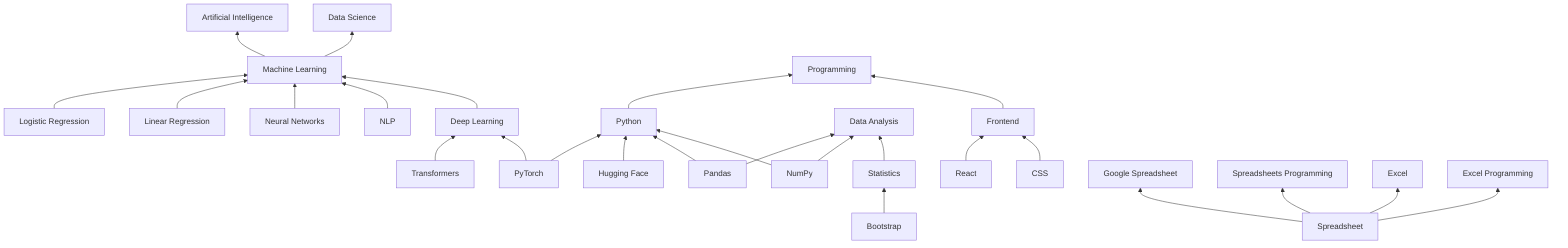
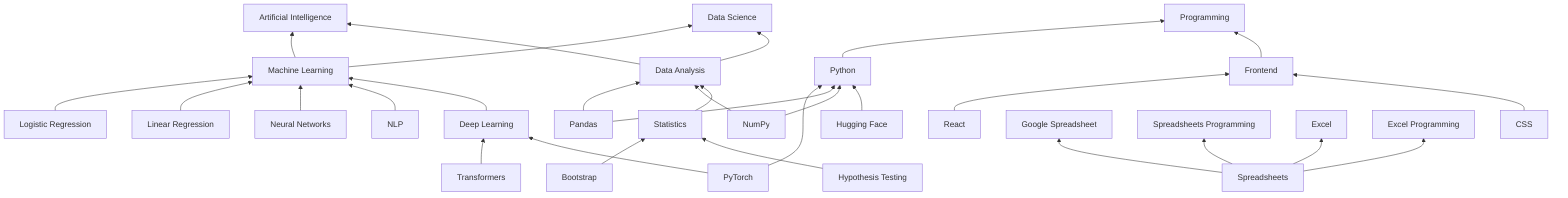
graph BT

    Machine_Learning["Machine Learning"] --> Artificial_Intelligence["Artificial Intelligence"]
    Machine_Learning["Machine Learning"] --> Data_Science["Data Science"]
    Logistic_Regression["Logistic Regression"] --> Machine_Learning["Machine Learning"]
    Linear_Regression["Linear Regression"] --> Machine_Learning["Machine Learning"]
    Neural_Networks["Neural Networks"] --> Machine_Learning["Machine Learning"]
    NLP["NLP"] --> Machine_Learning["Machine Learning"]
    Deep_Learning["Deep Learning"] --> Machine_Learning["Machine Learning"]
    Transformers["Transformers"] --> Deep_Learning["Deep Learning"]
    PyTorch["PyTorch"] --> Deep_Learning["Deep Learning"]
    PyTorch["PyTorch"] --> Python["Python"]
+     Data_Analysis["Data Analysis"] --> Artificial_Intelligence["Artificial Intelligence"]
+     Data_Analysis["Data Analysis"] --> Data_Science["Data Science"]
+     Pandas["Pandas"] --> Data_Analysis["Data Analysis"]
+     Pandas["Pandas"] --> Python["Python"]
+     NumPy["NumPy"] --> Data_Analysis["Data Analysis"]
+     NumPy["NumPy"] --> Python["Python"]
+     Statistics["Statistics"] --> Data_Analysis["Data Analysis"]
+     Bootstrap["Bootstrap"] --> Statistics["Statistics"]
    Python["Python"] --> Programming["Programming"]
    Hugging_Face["Hugging Face"] --> Python["Python"]
-     Pandas["Pandas"] --> Python["Python"]
-     Pandas["Pandas"] --> Data_Analysis["Data Analysis"]
-     NumPy["NumPy"] --> Python["Python"]
-     NumPy["NumPy"] --> Data_Analysis["Data Analysis"]
    Frontend["Frontend"] --> Programming["Programming"]
    React["React"] --> Frontend["Frontend"]
    CSS["CSS"] --> Frontend["Frontend"]
-     Statistics["Statistics"] --> Data_Analysis["Data Analysis"]
-     Bootstrap["Bootstrap"] --> Statistics["Statistics"]
-     Spreadsheet["Spreadsheet"] --> Google_Spreadsheet["Google Spreadsheet"]
-     Spreadsheet["Spreadsheet"] --> Spreadsheets_Programming["Spreadsheets Programming"]
-     Spreadsheet["Spreadsheet"] --> Excel["Excel"]
-     Spreadsheet["Spreadsheet"] --> Excel_Programming["Excel Programming"]
+     Spreadsheets["Spreadsheets"] --> Google_Spreadsheet["Google Spreadsheet"]
+     Spreadsheets["Spreadsheets"] --> Spreadsheets_Programming["Spreadsheets Programming"]
+     Spreadsheets["Spreadsheets"] --> Excel["Excel"]
+     Spreadsheets["Spreadsheets"] --> Excel_Programming["Excel Programming"]
+     Hypothesis_Testing["Hypothesis Testing"] --> Statistics["Statistics"]
